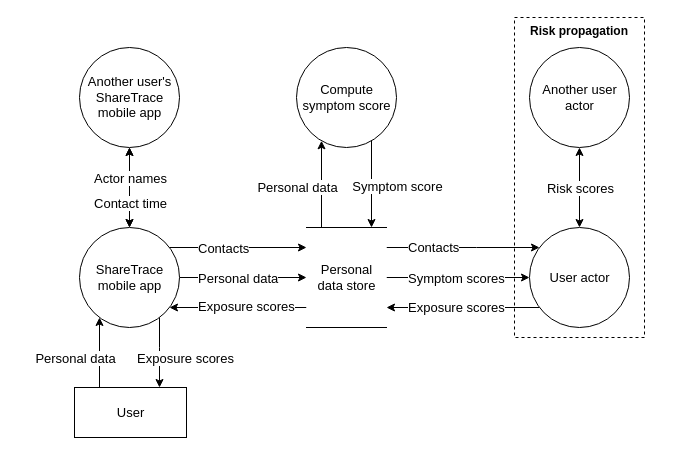
Above: assets/distributed-dataflow.drawio in rtatton/thesis (draw.io), before the change. Source tidied: cells renumbered, new cells numbered last; positions are measured from the earlier drawing's top-left corner, leaving out a move shared by most shapes. Both pictures are drawn from the tidied source at 100%, with x=0, y=0 at pixel (74, 17).
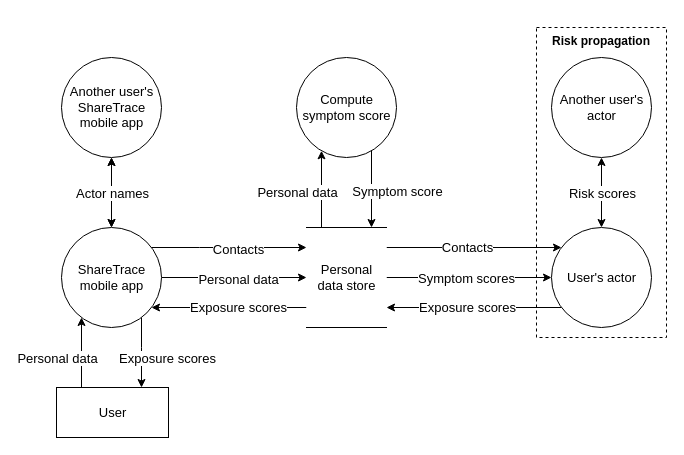
Above is the later version.

Unchanged cells that the change refers to:
```xml
<mxCell id="10" style="edgeStyle=orthogonalEdgeStyle;rounded=0;jettySize=auto;html=1;fontSize=13;" parent="1" edge="1" source="16" target="29">
  <mxGeometry relative="1" as="geometry">
    <Array as="points">
      <mxPoint x="402" y="230" />
      <mxPoint x="402" y="230" />
    </Array>
  </mxGeometry>
</mxCell>
<mxCell id="12" style="edgeStyle=orthogonalEdgeStyle;rounded=0;jettySize=auto;html=1;fontSize=13;" parent="1" edge="1" source="16" target="22">
  <mxGeometry relative="1" as="geometry">
    <Array as="points">
      <mxPoint x="125" y="290" />
      <mxPoint x="125" y="290" />
    </Array>
  </mxGeometry>
</mxCell>
<mxCell id="14" style="edgeStyle=orthogonalEdgeStyle;rounded=0;jettySize=auto;html=1;exitX=1;exitY=0.5;exitDx=0;exitDy=0;fontSize=13;startArrow=none;startFill=0;" parent="1" edge="1" source="16" target="29">
  <mxGeometry relative="1" as="geometry" />
</mxCell>
<mxCell id="17" style="edgeStyle=orthogonalEdgeStyle;rounded=0;jettySize=auto;html=1;fontSize=13;" parent="1" edge="1" source="22" target="16">
  <mxGeometry relative="1" as="geometry">
    <Array as="points">
      <mxPoint x="125" y="260" />
      <mxPoint x="125" y="260" />
    </Array>
  </mxGeometry>
</mxCell>
<mxCell id="23" style="edgeStyle=orthogonalEdgeStyle;rounded=0;jettySize=auto;html=1;fontSize=13;" parent="1" edge="1" source="22" target="16">
  <mxGeometry relative="1" as="geometry">
    <Array as="points">
      <mxPoint x="125" y="230" />
      <mxPoint x="125" y="230" />
    </Array>
  </mxGeometry>
</mxCell>
<mxCell id="25" style="edgeStyle=orthogonalEdgeStyle;rounded=0;jettySize=auto;html=1;fontSize=13;" parent="1" edge="1" source="29" target="16">
  <mxGeometry relative="1" as="geometry">
    <Array as="points">
      <mxPoint x="392" y="290" />
      <mxPoint x="392" y="290" />
    </Array>
  </mxGeometry>
</mxCell>
<mxCell id="31" style="edgeStyle=orthogonalEdgeStyle;rounded=0;jettySize=auto;html=1;fontSize=13;entryX=0.5;entryY=1;entryDx=0;entryDy=0;exitX=0.5;exitY=0;exitDx=0;exitDy=0;startArrow=classic;startFill=1;" parent="1" edge="1" source="22" target="30">
  <mxGeometry relative="1" as="geometry" />
</mxCell>
```

Change to the diagram source:
```diff
@@
+    <mxCell id="35" value="&lt;b&gt;Risk propagation&lt;/b&gt;" style="rounded=0;whiteSpace=wrap;html=1;dashed=1;fillColor=none;verticalAlign=top;" parent="1" vertex="1">
+      <mxGeometry x="462" y="10" width="130" height="310" as="geometry" />
+    </mxCell>
@@
     <mxCell id="4" value="Compute&lt;br style=&quot;font-size: 13px;&quot;&gt;symptom score" style="shape=ellipse;html=1;dashed=0;whitespace=wrap;perimeter=ellipsePerimeter;fontSize=13;" parent="1" vertex="1">
-      <mxGeometry x="222" y="30" width="100" height="100" as="geometry" />
+      <mxGeometry x="222" y="40" width="100" height="100" as="geometry" />
     </mxCell>
     <mxCell id="5" style="edgeStyle=orthogonalEdgeStyle;rounded=0;jettySize=auto;html=1;fontSize=13;" parent="1" edge="1" source="7" target="22">
       <mxGeometry relative="1" as="geometry">
         <Array as="points">
-          <mxPoint x="25" y="340" />
-          <mxPoint x="25" y="340" />
+          <mxPoint x="7" y="340" />
+          <mxPoint x="7" y="340" />
         </Array>
       </mxGeometry>
     </mxCell>
@@
     <mxCell id="7" value="User" style="html=1;dashed=0;whitespace=wrap;fontSize=13;" parent="1" vertex="1">
-      <mxGeometry y="370" width="112" height="50" as="geometry" />
+      <mxGeometry x="-18" y="370" width="112" height="50" as="geometry" />
     </mxCell>
@@
-    <mxCell id="11" value="Contacts" style="edgeLabel;html=1;align=left;verticalAlign=middle;fontSize=13;" parent="10" vertex="1">
+    <mxCell id="11" value="Contacts" style="edgeLabel;html=1;align=center;verticalAlign=middle;fontSize=13;" parent="10" vertex="1">
       <mxGeometry relative="1" as="geometry">
-        <mxPoint x="-57" y="-1" as="offset" />
+        <mxPoint x="-8" y="-1" as="offset" />
       </mxGeometry>
     </mxCell>
@@
-    <mxCell id="13" value="Exposure scores" style="edgeLabel;html=1;align=left;verticalAlign=middle;fontSize=13;" parent="12" vertex="1">
+    <mxCell id="13" value="Exposure scores" style="edgeLabel;html=1;align=center;verticalAlign=middle;fontSize=13;" parent="12" vertex="1">
       <mxGeometry x="0.06" y="-2" relative="1" as="geometry">
-        <mxPoint x="-37" as="offset" />
+        <mxPoint x="13" y="1" as="offset" />
       </mxGeometry>
     </mxCell>
@@
-    <mxCell id="15" value="Symptom scores" style="edgeLabel;html=1;align=left;verticalAlign=middle;fontSize=13;" parent="14" vertex="1">
+    <mxCell id="15" value="Symptom scores" style="edgeLabel;html=1;align=center;verticalAlign=middle;fontSize=13;" parent="14" vertex="1">
       <mxGeometry x="0.06" relative="1" as="geometry">
-        <mxPoint x="-56" as="offset" />
+        <mxPoint x="-8" as="offset" />
       </mxGeometry>
     </mxCell>
@@
-    <mxCell id="18" value="Personal data" style="edgeLabel;html=1;align=left;verticalAlign=middle;fontSize=13;" parent="17" vertex="1">
+    <mxCell id="18" value="Personal data" style="edgeLabel;html=1;align=center;verticalAlign=middle;fontSize=13;" parent="17" vertex="1">
       <mxGeometry relative="1" as="geometry">
-        <mxPoint x="-47" as="offset" />
+        <mxPoint x="3" y="1" as="offset" />
       </mxGeometry>
     </mxCell>
     <mxCell id="19" style="edgeStyle=orthogonalEdgeStyle;rounded=0;jettySize=auto;html=1;fontSize=13;" parent="1" edge="1" source="22" target="7">
       <mxGeometry y="60" relative="1" as="geometry">
         <Array as="points">
-          <mxPoint x="85" y="330" />
-          <mxPoint x="85" y="330" />
+          <mxPoint x="67" y="330" />
+          <mxPoint x="67" y="330" />
         </Array>
       </mxGeometry>
     </mxCell>
@@
     <mxCell id="22" value="ShareTrace&lt;br style=&quot;font-size: 13px;&quot;&gt;mobile app" style="shape=ellipse;html=1;dashed=0;whitespace=wrap;perimeter=ellipsePerimeter;fontSize=13;" parent="1" vertex="1">
-      <mxGeometry x="5" y="210" width="100" height="100" as="geometry" />
+      <mxGeometry x="-13" y="210" width="100" height="100" as="geometry" />
     </mxCell>
@@
-    <mxCell id="24" value="Contacts" style="edgeLabel;html=1;align=left;verticalAlign=middle;fontSize=13;" parent="23" vertex="1">
+    <mxCell id="24" value="Contacts" style="edgeLabel;html=1;align=center;verticalAlign=middle;fontSize=13;" parent="23" vertex="1">
       <mxGeometry relative="1" as="geometry">
-        <mxPoint x="-42" as="offset" />
+        <mxPoint x="8" y="1" as="offset" />
       </mxGeometry>
     </mxCell>
@@
-    <mxCell id="26" value="Exposure scores" style="edgeLabel;html=1;align=left;verticalAlign=middle;fontSize=13;" parent="25" vertex="1">
+    <mxCell id="26" value="Exposure scores" style="edgeLabel;html=1;align=center;verticalAlign=middle;fontSize=13;" parent="25" vertex="1">
       <mxGeometry relative="1" as="geometry">
-        <mxPoint x="-56" y="-1" as="offset" />
+        <mxPoint x="-7" y="-1" as="offset" />
       </mxGeometry>
     </mxCell>
@@
-    <mxCell id="29" value="User actor" style="shape=ellipse;html=1;dashed=0;whitespace=wrap;perimeter=ellipsePerimeter;fontSize=13;" parent="1" vertex="1">
-      <mxGeometry x="455" y="210" width="100" height="100" as="geometry" />
+    <mxCell id="29" value="User's actor" style="shape=ellipse;html=1;dashed=0;whitespace=wrap;perimeter=ellipsePerimeter;fontSize=13;" parent="1" vertex="1">
+      <mxGeometry x="477" y="210" width="100" height="100" as="geometry" />
     </mxCell>
     <mxCell id="30" value="Another user's&lt;br style=&quot;font-size: 13px;&quot;&gt;ShareTrace &lt;br&gt;mobile app" style="shape=ellipse;html=1;dashed=0;whitespace=wrap;perimeter=ellipsePerimeter;fontSize=13;" parent="1" vertex="1">
-      <mxGeometry x="5" y="30" width="100" height="100" as="geometry" />
+      <mxGeometry x="-13" y="40" width="100" height="100" as="geometry" />
     </mxCell>
@@
     <mxCell id="32" value="Actor names" style="edgeLabel;html=1;align=center;verticalAlign=middle;fontSize=13;" parent="31" vertex="1">
-      <mxGeometry relative="1" as="geometry">
-        <mxPoint y="-10" as="offset" />
-      </mxGeometry>
+      <mxGeometry relative="1" as="geometry" />
     </mxCell>
-    <mxCell id="33" value="Contact time" style="edgeLabel;html=1;align=center;verticalAlign=middle;fontSize=13;" parent="31" vertex="1">
-      <mxGeometry x="-0.26" relative="1" as="geometry">
-        <mxPoint y="5" as="offset" />
-      </mxGeometry>
-    </mxCell>
-    <mxCell id="34" value="Another user&lt;br&gt;actor" style="shape=ellipse;html=1;dashed=0;whitespace=wrap;perimeter=ellipsePerimeter;fontSize=13;" parent="1" vertex="1">
-      <mxGeometry x="455" y="30" width="100" height="100" as="geometry" />
+    <mxCell id="34" value="Another user's&lt;br&gt;actor" style="shape=ellipse;html=1;dashed=0;whitespace=wrap;perimeter=ellipsePerimeter;fontSize=13;" parent="1" vertex="1">
+      <mxGeometry x="477" y="40" width="100" height="100" as="geometry" />
     </mxCell>
-    <mxCell id="35" value="&lt;b&gt;Risk propagation&lt;/b&gt;" style="rounded=0;whiteSpace=wrap;html=1;dashed=1;fillColor=none;verticalAlign=top;" parent="1" vertex="1">
-      <mxGeometry x="440" width="130" height="320" as="geometry" />
-    </mxCell>
```
